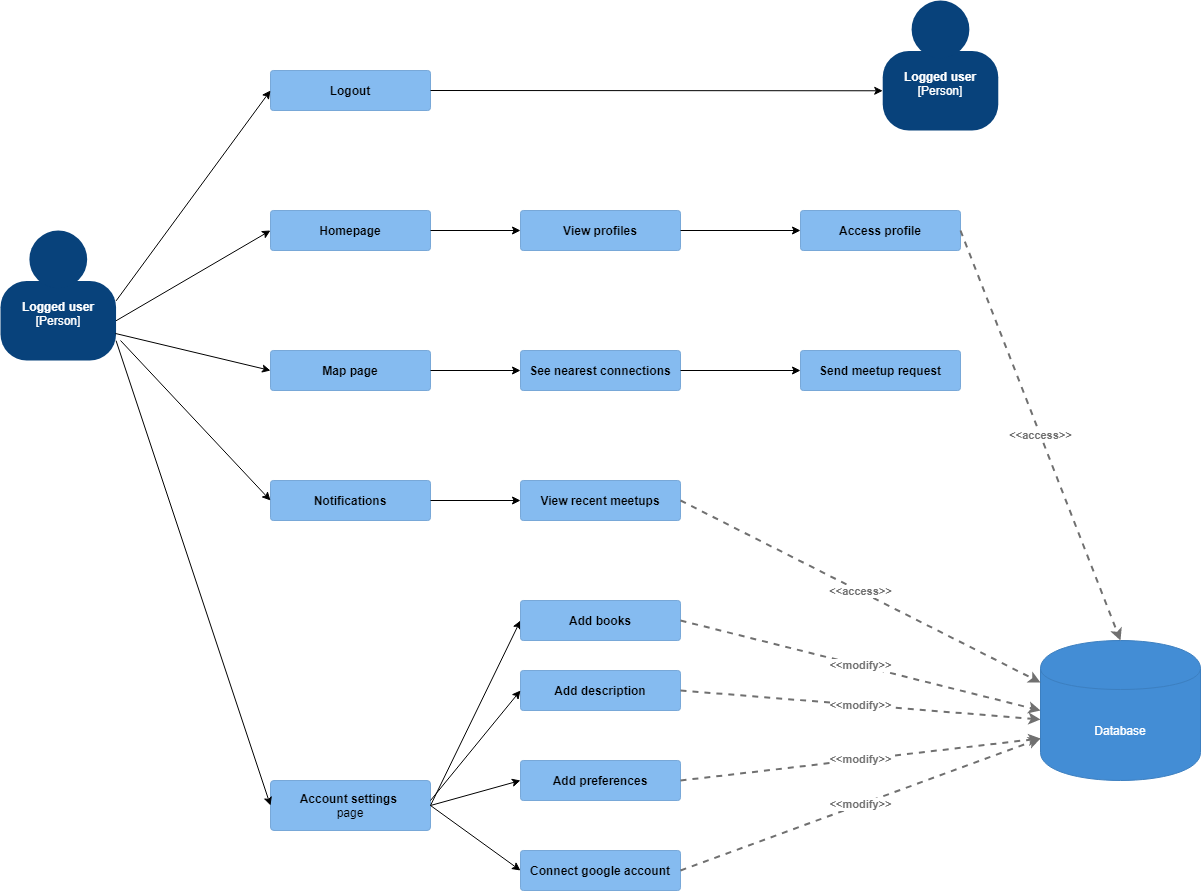
Above: docs/logged_usecase.png in Corbix/Find-my-Reader (draw.io), before the change. Source tidied: cells renumbered, new cells last; positions are measured from the earlier drawing's top-left corner, leaving out a move shared by most shapes.
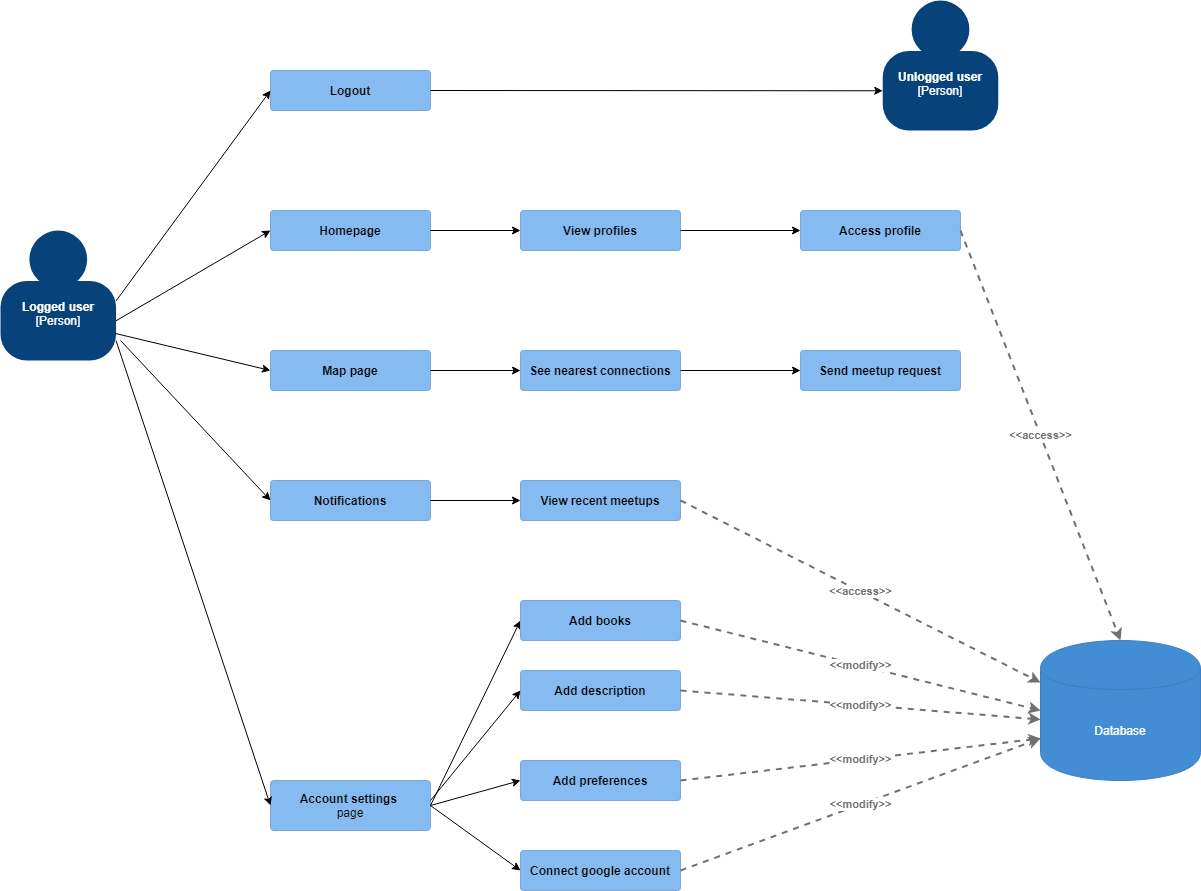
Later version of the same file.

Change to the diagram source:
```diff
@@ -31,7 +31,7 @@
     <mxCell id="8" style="group;rounded=0;labelBackgroundColor=none;fillColor=none;fontColor=#ffffff;align=center;html=1;" parent="1" vertex="1">
       <mxGeometry x="882.2" width="115.5" height="130" as="geometry" />
     </mxCell>
-    <object id="9" label="&lt;b&gt;Logged user&lt;/b&gt;&lt;div&gt;[Person]&lt;/div&gt;&lt;div&gt;&lt;br&gt;&lt;/div&gt;" c4Description="Description" c4Name="name" c4Type="body" placeholders="1">
+    <object id="9" label="&lt;b&gt;Unlogged user&lt;/b&gt;&lt;div&gt;[Person]&lt;/div&gt;&lt;div&gt;&lt;br&gt;&lt;/div&gt;" c4Description="Description" c4Name="name" c4Type="body" placeholders="1">
       <mxCell style="rounded=1;whiteSpace=wrap;html=1;labelBackgroundColor=none;fillColor=#08427b;fontColor=#ffffff;align=center;arcSize=33;strokeColor=3c7fc0;" parent="8" vertex="1">
         <mxGeometry y="50.6" width="115.6" height="79.4" as="geometry" />
       </mxCell>
```
